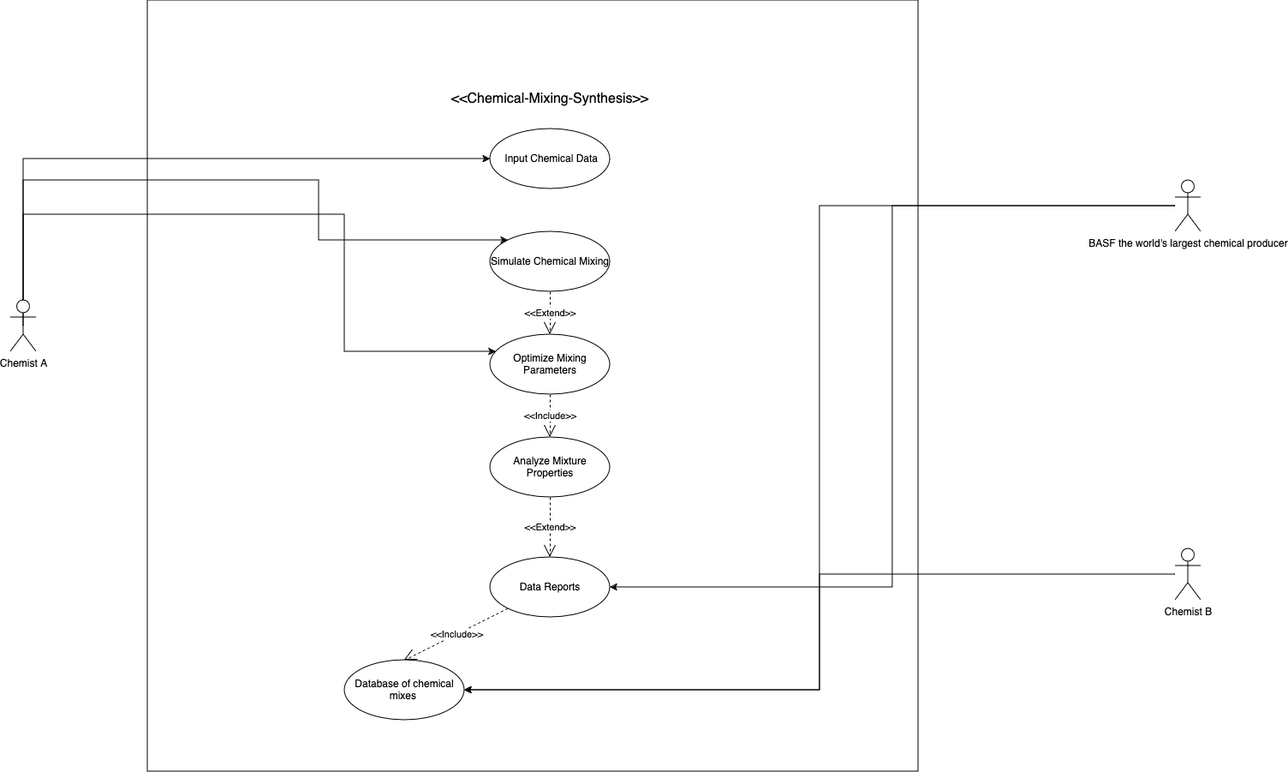
Before: use-case.png, a diagram exported from draw.io (a-l-a-z-a-r/Chemical-Mixing-Data-Synthesis). Source tidied: cells renumbered, new cells last; positions are measured from the earlier drawing's top-left corner, leaving out a move shared by most shapes.
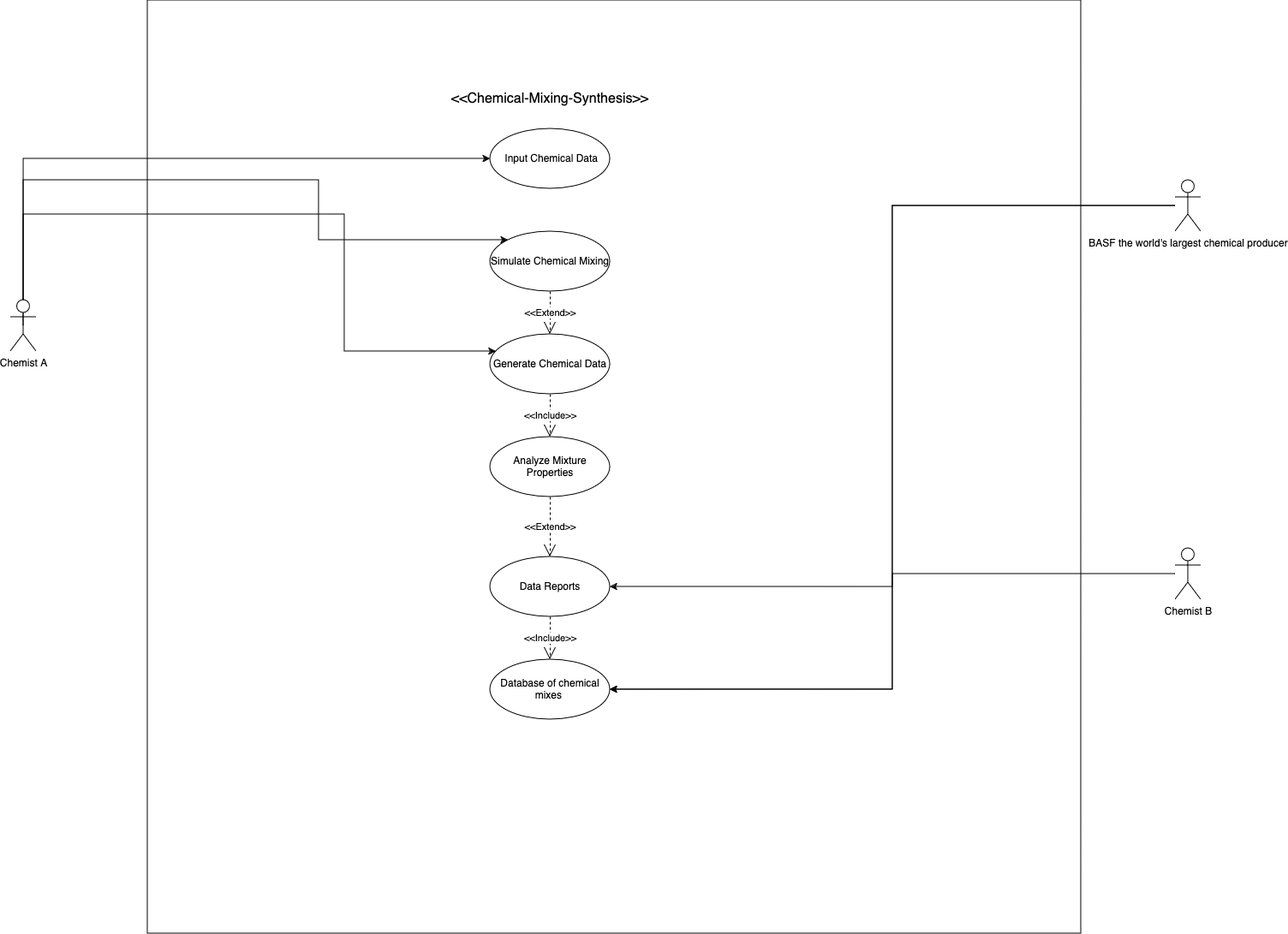
The same file after the commit.

Diff of the diagram source:
```diff
@@ -3,7 +3,7 @@
     <mxCell id="0" />
     <mxCell id="1" parent="0" />
     <mxCell id="2" style="whiteSpace=wrap;html=1;labelBackgroundColor=none;" parent="1" vertex="1">
-      <mxGeometry x="160" width="900" height="900" as="geometry" />
+      <mxGeometry x="160" width="1090" height="1090" as="geometry" />
     </mxCell>
     <mxCell id="3" style="edgeStyle=orthogonalEdgeStyle;rounded=0;jettySize=auto;html=1;exitX=0.5;exitY=0.5;exitDx=0;exitDy=0;exitPerimeter=0;" parent="1" edge="1" source="6" target="10">
       <mxGeometry relative="1" as="geometry">
@@ -48,7 +48,7 @@
     <mxCell id="11" value="Simulate Chemical Mixing" style="ellipse;whiteSpace=wrap;html=1;labelBackgroundColor=none;" parent="1" vertex="1">
       <mxGeometry x="560" y="270" width="140" height="70" as="geometry" />
     </mxCell>
-    <mxCell id="12" value="&lt;h4&gt;&lt;span style=&quot;font-weight: normal;&quot;&gt;Optimize Mixing Parameters&lt;/span&gt;&lt;/h4&gt;" style="ellipse;whiteSpace=wrap;html=1;" parent="1" vertex="1">
+    <mxCell id="12" value="Generate Chemical Data" style="ellipse;whiteSpace=wrap;html=1;" parent="1" vertex="1">
       <mxGeometry x="560" y="390" width="140" height="70" as="geometry" />
     </mxCell>
     <mxCell id="13" value="Analyze Mixture Properties" style="ellipse;whiteSpace=wrap;html=1;" parent="1" vertex="1">
@@ -70,7 +70,7 @@
       <mxGeometry relative="1" as="geometry" />
     </mxCell>
     <mxCell id="19" value="Database of chemical mixes&amp;nbsp; " style="ellipse;whiteSpace=wrap;html=1;" parent="1" vertex="1">
-      <mxGeometry x="390" y="770" width="140" height="70" as="geometry" />
+      <mxGeometry x="560" y="770" width="140" height="70" as="geometry" />
     </mxCell>
     <mxCell id="20" style="edgeStyle=orthogonalEdgeStyle;rounded=0;jettySize=auto;html=1;entryX=1;entryY=0.5;entryDx=0;entryDy=0;" parent="1" edge="1" source="21" target="19">
       <mxGeometry relative="1" as="geometry" />
```
